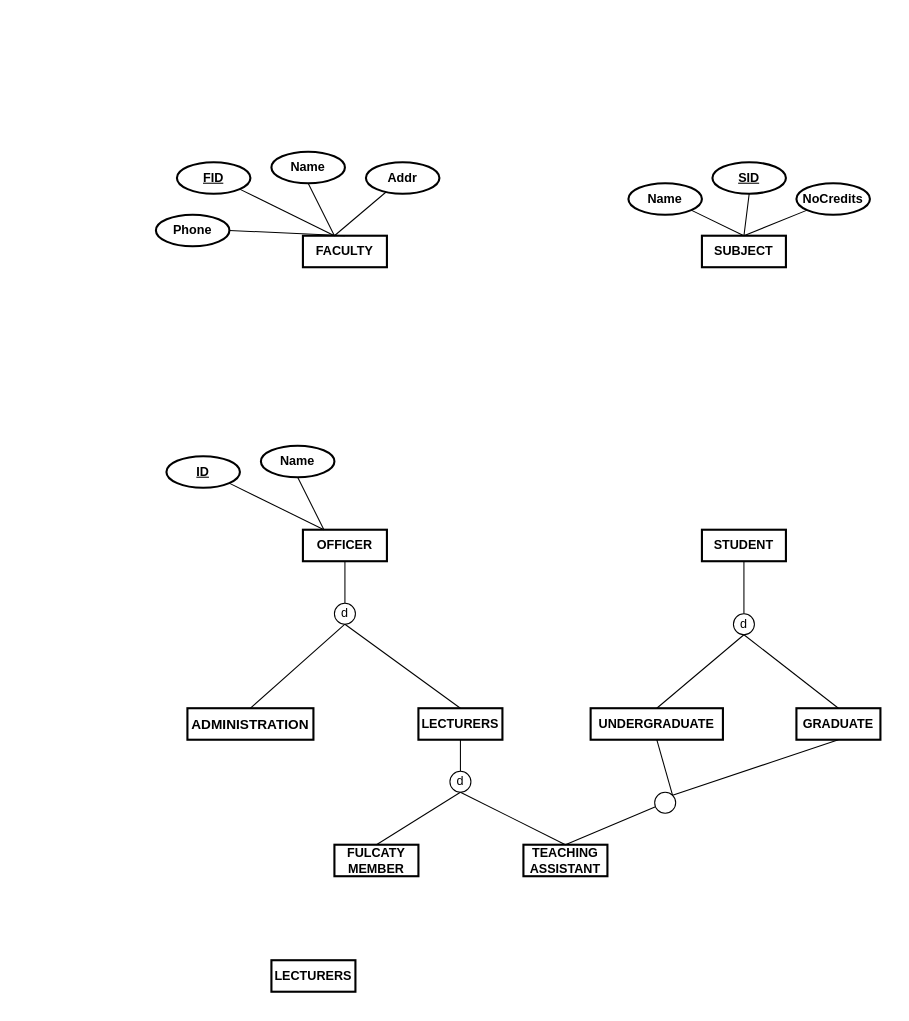
Earlier version of the draw.io diagram daotao-W5.drawio (kieuvantuyen01/testGit). Source tidied: cells renumbered, new cells numbered last; positions are measured from the earlier drawing's top-left corner, leaving out a move shared by most shapes. Both pictures are drawn from the tidied source at 105%, with x=0, y=0 at pixel (155, 151).
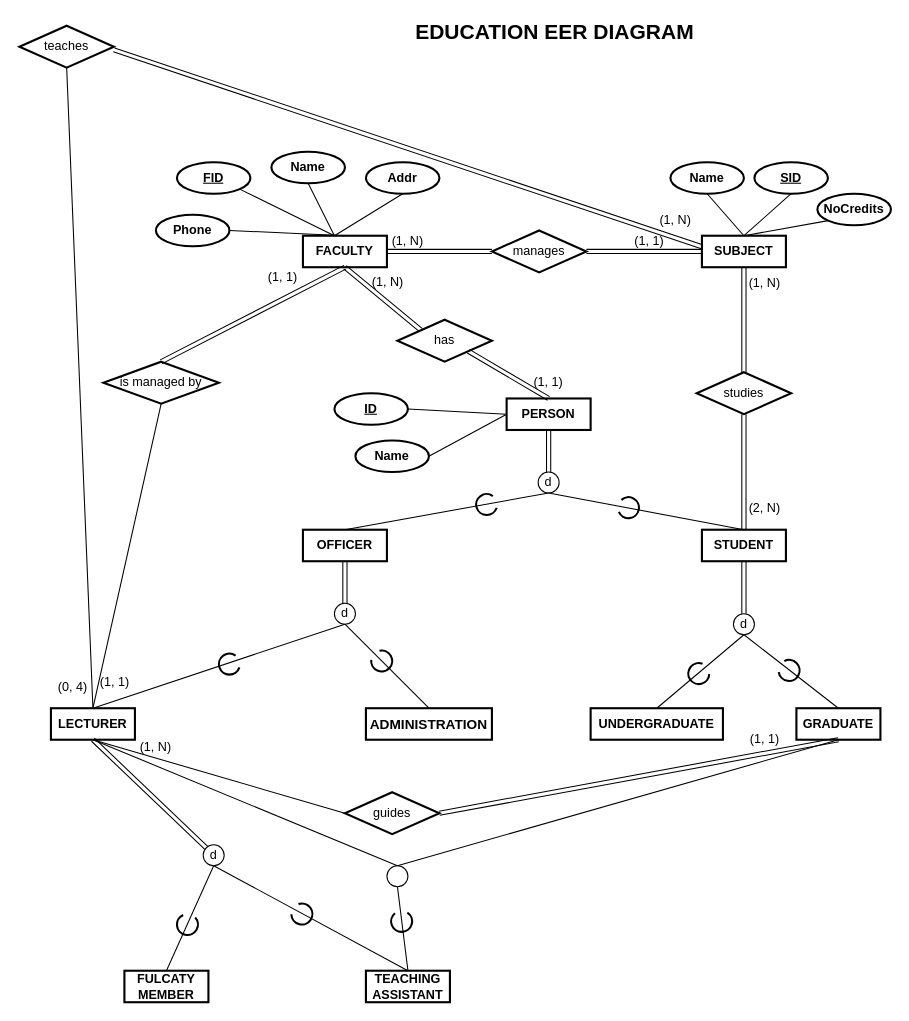
Above is the later version.

The change refers to these unchanged cells:
```xml
<mxCell id="2" value="&lt;b&gt;FACULTY&lt;/b&gt;" style="rounded=0;whiteSpace=wrap;html=1;strokeWidth=2;" parent="1" vertex="1">
  <mxGeometry x="140" y="80" width="80" height="30" as="geometry" />
</mxCell>
<mxCell id="5" value="&lt;b&gt;Addr&lt;/b&gt;" style="ellipse;whiteSpace=wrap;html=1;strokeWidth=2;" parent="1" vertex="1">
  <mxGeometry x="200" y="10" width="70" height="30" as="geometry" />
</mxCell>
<mxCell id="7" value="&lt;b&gt;SUBJECT&lt;/b&gt;" style="rounded=0;whiteSpace=wrap;html=1;strokeWidth=2;" parent="1" vertex="1">
  <mxGeometry x="520" y="80" width="80" height="30" as="geometry" />
</mxCell>
<mxCell id="11" value="&lt;b&gt;OFFICER&lt;/b&gt;" style="rounded=0;whiteSpace=wrap;html=1;strokeWidth=2;" parent="1" vertex="1">
  <mxGeometry x="140" y="360" width="80" height="30" as="geometry" />
</mxCell>
<mxCell id="17" value="&lt;b&gt;STUDENT&lt;/b&gt;" style="rounded=0;whiteSpace=wrap;html=1;strokeWidth=2;" parent="1" vertex="1">
  <mxGeometry x="520" y="360" width="80" height="30" as="geometry" />
</mxCell>
<mxCell id="18" value="&lt;b&gt;UNDERGRADUATE&lt;/b&gt;" style="rounded=0;whiteSpace=wrap;html=1;strokeWidth=2;" parent="1" vertex="1">
  <mxGeometry x="414" y="530" width="126" height="30" as="geometry" />
</mxCell>
<mxCell id="19" value="&lt;b&gt;GRADUATE&lt;/b&gt;" style="rounded=0;whiteSpace=wrap;html=1;strokeWidth=2;" parent="1" vertex="1">
  <mxGeometry x="610" y="530" width="80" height="30" as="geometry" />
</mxCell>
<mxCell id="21" value="d" style="ellipse;whiteSpace=wrap;html=1;" parent="1" vertex="1">
  <mxGeometry x="170" y="430" width="20" height="20" as="geometry" />
</mxCell>
<mxCell id="25" value="d" style="ellipse;whiteSpace=wrap;html=1;" parent="1" vertex="1">
  <mxGeometry x="550" y="440" width="20" height="20" as="geometry" />
</mxCell>
```

The edit, as a diff of the source:
```diff
@@
     <mxCell id="8" value="&lt;b&gt;Name&lt;/b&gt;" style="ellipse;whiteSpace=wrap;html=1;strokeWidth=2;" parent="1" vertex="1">
-      <mxGeometry x="450" y="30" width="70" height="30" as="geometry" />
+      <mxGeometry x="490" y="10" width="70" height="30" as="geometry" />
     </mxCell>
     <mxCell id="9" value="&lt;b&gt;&lt;u&gt;SID&lt;/u&gt;&lt;/b&gt;" style="ellipse;whiteSpace=wrap;html=1;strokeWidth=2;" parent="1" vertex="1">
-      <mxGeometry x="530" y="10" width="70" height="30" as="geometry" />
+      <mxGeometry x="570" y="10" width="70" height="30" as="geometry" />
     </mxCell>
     <mxCell id="10" value="&lt;b&gt;NoCredits&lt;/b&gt;" style="ellipse;whiteSpace=wrap;html=1;strokeWidth=2;" parent="1" vertex="1">
-      <mxGeometry x="610" y="30" width="70" height="30" as="geometry" />
+      <mxGeometry x="630" y="40" width="70" height="30" as="geometry" />
     </mxCell>
@@
     <mxCell id="12" value="&lt;div&gt;&lt;span style=&quot;font-size: 13px&quot;&gt;&lt;font&gt;&lt;b&gt;ADMINISTRATION&lt;/b&gt;&lt;/font&gt;&lt;/span&gt;&lt;/div&gt;" style="rounded=0;whiteSpace=wrap;html=1;strokeWidth=2;fontFamily=Helvetica;" parent="1" vertex="1">
-      <mxGeometry x="30" y="530" width="120" height="30" as="geometry" />
+      <mxGeometry x="200" y="530" width="120" height="30" as="geometry" />
     </mxCell>
-    <mxCell id="13" value="&lt;b&gt;LECTURERS&lt;/b&gt;" style="rounded=0;whiteSpace=wrap;html=1;strokeWidth=2;" parent="1" vertex="1">
-      <mxGeometry x="250" y="530" width="80" height="30" as="geometry" />
+    <mxCell id="13" value="&lt;b&gt;LECTURER&lt;/b&gt;" style="rounded=0;whiteSpace=wrap;html=1;strokeWidth=2;" parent="1" vertex="1">
+      <mxGeometry x="-100" y="530" width="80" height="30" as="geometry" />
     </mxCell>
     <mxCell id="14" value="&lt;b&gt;FULCATY MEMBER&lt;/b&gt;" style="rounded=0;whiteSpace=wrap;html=1;strokeWidth=2;" parent="1" vertex="1">
-      <mxGeometry x="170" y="660" width="80" height="30" as="geometry" />
+      <mxGeometry x="-30" y="780" width="80" height="30" as="geometry" />
     </mxCell>
     <mxCell id="15" value="&lt;b&gt;TEACHING ASSISTANT&lt;/b&gt;" style="rounded=0;whiteSpace=wrap;html=1;strokeWidth=2;" parent="1" vertex="1">
-      <mxGeometry x="350" y="660" width="80" height="30" as="geometry" />
+      <mxGeometry x="200" y="780" width="80" height="30" as="geometry" />
     </mxCell>
-    <mxCell id="16" value="&lt;b&gt;LECTURERS&lt;/b&gt;" style="rounded=0;whiteSpace=wrap;html=1;strokeWidth=2;" parent="1" vertex="1">
-      <mxGeometry x="110" y="770" width="80" height="30" as="geometry" />
-    </mxCell>
@@
-    <mxCell id="20" style="endArrow=none;html=1;rounded=0;exitX=0.5;exitY=1;exitDx=0;exitDy=0;" parent="1" edge="1" source="11" target="21">
-      <mxGeometry relative="1" as="geometry" />
-    </mxCell>
@@
-    <mxCell id="24" style="endArrow=none;html=1;rounded=0;exitX=0.5;exitY=1;exitDx=0;exitDy=0;" parent="1" edge="1" source="17" target="25">
-      <mxGeometry relative="1" as="geometry" />
-    </mxCell>
@@
-    <mxCell id="28" style="endArrow=none;html=1;rounded=0;exitX=0.5;exitY=1;exitDx=0;exitDy=0;" parent="1" edge="1" source="13" target="29">
-      <mxGeometry relative="1" as="geometry" />
-    </mxCell>
     <mxCell id="29" value="d" style="ellipse;whiteSpace=wrap;html=1;" parent="1" vertex="1">
-      <mxGeometry x="280" y="590" width="20" height="20" as="geometry" />
+      <mxGeometry x="45" y="660" width="20" height="20" as="geometry" />
     </mxCell>
@@
-    <mxCell id="35" style="endArrow=none;html=1;rounded=0;" parent="1" edge="1" source="5">
-      <mxGeometry relative="1" as="geometry">
-        <mxPoint x="170" y="80" as="targetPoint" />
-      </mxGeometry>
-    </mxCell>
-    <mxCell id="36" style="endArrow=none;html=1;rounded=0;exitX=0.5;exitY=0;exitDx=0;exitDy=0;entryX=1;entryY=1;entryDx=0;entryDy=0;" parent="1" edge="1" source="7" target="8">
+    <mxCell id="36" style="endArrow=none;html=1;rounded=0;exitX=0.5;exitY=0;exitDx=0;exitDy=0;entryX=0.5;entryY=1;entryDx=0;entryDy=0;" parent="1" edge="1" source="7" target="8">
       <mxGeometry relative="1" as="geometry" />
     </mxCell>
@@
     <mxCell id="39" value="&lt;span&gt;ID&lt;/span&gt;" style="ellipse;whiteSpace=wrap;html=1;strokeWidth=2;fontStyle=5;" parent="1" vertex="1">
-      <mxGeometry x="10" y="290" width="70" height="30" as="geometry" />
+      <mxGeometry x="170" y="230" width="70" height="30" as="geometry" />
     </mxCell>
     <mxCell id="40" value="&lt;b&gt;Name&lt;/b&gt;" style="ellipse;whiteSpace=wrap;html=1;strokeWidth=2;" parent="1" vertex="1">
-      <mxGeometry x="100" y="280" width="70" height="30" as="geometry" />
+      <mxGeometry x="190" y="275" width="70" height="30" as="geometry" />
     </mxCell>
-    <mxCell id="41" style="endArrow=none;html=1;rounded=0;exitX=1;exitY=1;exitDx=0;exitDy=0;" parent="1" edge="1" source="39">
-      <mxGeometry relative="1" as="geometry">
-        <mxPoint x="160" y="360" as="targetPoint" />
-      </mxGeometry>
+    <mxCell id="41" style="endArrow=none;html=1;rounded=0;exitX=1;exitY=0.5;exitDx=0;exitDy=0;entryX=0;entryY=0.5;entryDx=0;entryDy=0;" parent="1" edge="1" source="39" target="54">
+      <mxGeometry relative="1" as="geometry" />
     </mxCell>
-    <mxCell id="42" style="endArrow=none;html=1;rounded=0;exitX=0.5;exitY=1;exitDx=0;exitDy=0;entryX=0.25;entryY=0;entryDx=0;entryDy=0;" parent="1" edge="1" source="40" target="11">
+    <mxCell id="42" style="endArrow=none;html=1;rounded=0;exitX=1;exitY=0.5;exitDx=0;exitDy=0;entryX=0;entryY=0.5;entryDx=0;entryDy=0;" parent="1" edge="1" source="40" target="54">
       <mxGeometry relative="1" as="geometry" />
     </mxCell>
-    <mxCell id="43" style="endArrow=none;html=1;rounded=0;exitX=0.5;exitY=0;exitDx=0;exitDy=0;" parent="1" edge="1" source="15" target="44">
+    <mxCell id="43" style="endArrow=none;html=1;rounded=0;exitX=0.5;exitY=0;exitDx=0;exitDy=0;entryX=0.5;entryY=1;entryDx=0;entryDy=0;" parent="1" edge="1" source="15" target="44">
       <mxGeometry relative="1" as="geometry" />
     </mxCell>
     <mxCell id="44" style="ellipse;whiteSpace=wrap;html=1;" parent="1" vertex="1">
-      <mxGeometry x="475" y="610" width="20" height="20" as="geometry" />
+      <mxGeometry x="220" y="680" width="20" height="20" as="geometry" />
     </mxCell>
-    <mxCell id="45" style="endArrow=none;html=1;rounded=0;exitX=1;exitY=0;exitDx=0;exitDy=0;entryX=0.5;entryY=1;entryDx=0;entryDy=0;" parent="1" edge="1" source="44" target="18">
+    <mxCell id="45" style="endArrow=none;html=1;rounded=0;exitX=0.5;exitY=0;exitDx=0;exitDy=0;entryX=0.5;entryY=1;entryDx=0;entryDy=0;" parent="1" edge="1" source="44" target="13">
       <mxGeometry relative="1" as="geometry" />
     </mxCell>
-    <mxCell id="46" style="endArrow=none;html=1;rounded=0;exitX=0.5;exitY=1;exitDx=0;exitDy=0;entryX=1;entryY=0;entryDx=0;entryDy=0;" parent="1" edge="1" source="19" target="44">
+    <mxCell id="46" style="endArrow=none;html=1;rounded=0;exitX=0.5;exitY=1;exitDx=0;exitDy=0;entryX=0.5;entryY=0;entryDx=0;entryDy=0;" parent="1" edge="1" source="19" target="44">
       <mxGeometry relative="1" as="geometry" />
     </mxCell>
+    <mxCell id="47" value="manages" style="shape=rhombus;perimeter=rhombusPerimeter;whiteSpace=wrap;html=1;align=center;strokeWidth=2;" parent="1" vertex="1">
+      <mxGeometry x="320" y="75" width="90" height="40" as="geometry" />
+    </mxCell>
+    <mxCell id="48" value="has" style="shape=rhombus;perimeter=rhombusPerimeter;whiteSpace=wrap;html=1;align=center;strokeWidth=2;" parent="1" vertex="1">
+      <mxGeometry x="230" y="160" width="90" height="40" as="geometry" />
+    </mxCell>
+    <mxCell id="49" value="is managed by" style="shape=rhombus;perimeter=rhombusPerimeter;whiteSpace=wrap;html=1;align=center;strokeWidth=2;" parent="1" vertex="1">
+      <mxGeometry x="-50" y="200" width="110" height="40" as="geometry" />
+    </mxCell>
+    <mxCell id="50" style="endArrow=none;html=1;rounded=0;exitX=0.5;exitY=0;exitDx=0;exitDy=0;entryX=0.5;entryY=1;entryDx=0;entryDy=0;" parent="1" edge="1" source="13" target="49">
+      <mxGeometry relative="1" as="geometry" />
+    </mxCell>
+    <mxCell id="51" value="teaches" style="shape=rhombus;perimeter=rhombusPerimeter;whiteSpace=wrap;html=1;align=center;strokeWidth=2;" parent="1" vertex="1">
+      <mxGeometry x="-130" y="-120" width="90" height="40" as="geometry" />
+    </mxCell>
+    <mxCell id="52" style="endArrow=none;html=1;rounded=0;exitX=0.5;exitY=0;exitDx=0;exitDy=0;entryX=0.5;entryY=1;entryDx=0;entryDy=0;" parent="1" edge="1" source="13" target="51">
+      <mxGeometry relative="1" as="geometry" />
+    </mxCell>
+    <mxCell id="53" value="studies" style="shape=rhombus;perimeter=rhombusPerimeter;whiteSpace=wrap;html=1;align=center;strokeWidth=2;" parent="1" vertex="1">
+      <mxGeometry x="515" y="210" width="90" height="40" as="geometry" />
+    </mxCell>
+    <mxCell id="54" value="&lt;b&gt;PERSON&lt;/b&gt;" style="rounded=0;whiteSpace=wrap;html=1;strokeWidth=2;" parent="1" vertex="1">
+      <mxGeometry x="334" y="235" width="80" height="30" as="geometry" />
+    </mxCell>
+    <mxCell id="55" value="d" style="ellipse;whiteSpace=wrap;html=1;" parent="1" vertex="1">
+      <mxGeometry x="364" y="305" width="20" height="20" as="geometry" />
+    </mxCell>
+    <mxCell id="56" style="endArrow=none;html=1;rounded=0;exitX=0.5;exitY=1;exitDx=0;exitDy=0;entryX=0.5;entryY=0;entryDx=0;entryDy=0;" parent="1" edge="1" source="55" target="17">
+      <mxGeometry relative="1" as="geometry" />
+    </mxCell>
+    <mxCell id="57" style="endArrow=none;html=1;rounded=0;exitX=0.5;exitY=1;exitDx=0;exitDy=0;entryX=0.5;entryY=0;entryDx=0;entryDy=0;" parent="1" edge="1" source="55" target="11">
+      <mxGeometry relative="1" as="geometry" />
+    </mxCell>
+    <mxCell id="58" value="guides" style="shape=rhombus;perimeter=rhombusPerimeter;whiteSpace=wrap;html=1;align=center;strokeWidth=2;" parent="1" vertex="1">
+      <mxGeometry x="180" y="610" width="90" height="40" as="geometry" />
+    </mxCell>
+    <mxCell id="59" style="endArrow=none;html=1;rounded=0;exitX=0;exitY=0.5;exitDx=0;exitDy=0;entryX=0.5;entryY=1;entryDx=0;entryDy=0;" parent="1" edge="1" source="58" target="13">
+      <mxGeometry relative="1" as="geometry" />
+    </mxCell>
+    <mxCell id="60" style="endArrow=none;html=1;rounded=0;exitX=0.5;exitY=1;exitDx=0;exitDy=0;" parent="1" edge="1" source="5">
+      <mxGeometry relative="1" as="geometry">
+        <mxPoint x="170" y="80" as="targetPoint" />
+      </mxGeometry>
+    </mxCell>
+    <mxCell id="61" style="shape=link;html=1;rounded=0;exitX=1;exitY=0.5;exitDx=0;exitDy=0;entryX=0;entryY=0.5;entryDx=0;entryDy=0;" parent="1" edge="1" source="2" target="47">
+      <mxGeometry relative="1" as="geometry" />
+    </mxCell>
+    <mxCell id="62" value="(1, N)" style="text;html=1;strokeColor=none;fillColor=none;align=center;verticalAlign=middle;whiteSpace=wrap;rounded=0;" parent="1" vertex="1">
+      <mxGeometry x="220" y="75" width="40" height="20" as="geometry" />
+    </mxCell>
+    <mxCell id="63" style="shape=link;html=1;rounded=0;exitX=1;exitY=0.5;exitDx=0;exitDy=0;" parent="1" edge="1" source="47">
+      <mxGeometry relative="1" as="geometry">
+        <mxPoint x="520" y="95" as="targetPoint" />
+      </mxGeometry>
+    </mxCell>
+    <mxCell id="64" value="(1, 1)" style="text;html=1;strokeColor=none;fillColor=none;align=center;verticalAlign=middle;whiteSpace=wrap;rounded=0;" parent="1" vertex="1">
+      <mxGeometry x="450" y="75" width="40" height="20" as="geometry" />
+    </mxCell>
+    <mxCell id="65" style="shape=link;html=1;rounded=0;exitX=0.5;exitY=1;exitDx=0;exitDy=0;entryX=0;entryY=0;entryDx=0;entryDy=0;" parent="1" edge="1" source="2" target="48">
+      <mxGeometry relative="1" as="geometry" />
+    </mxCell>
+    <mxCell id="66" value="(1, N)" style="text;html=1;strokeColor=none;fillColor=none;align=center;verticalAlign=middle;whiteSpace=wrap;rounded=0;" parent="1" vertex="1">
+      <mxGeometry x="201" y="114" width="40" height="20" as="geometry" />
+    </mxCell>
+    <mxCell id="67" style="shape=link;html=1;rounded=0;exitX=1;exitY=1;exitDx=0;exitDy=0;entryX=0.5;entryY=0;entryDx=0;entryDy=0;" parent="1" edge="1" source="48" target="54">
+      <mxGeometry relative="1" as="geometry" />
+    </mxCell>
+    <mxCell id="68" value="(1, 1)" style="text;html=1;strokeColor=none;fillColor=none;align=center;verticalAlign=middle;whiteSpace=wrap;rounded=0;" parent="1" vertex="1">
+      <mxGeometry x="354" y="210" width="40" height="20" as="geometry" />
+    </mxCell>
+    <mxCell id="69" style="shape=link;html=1;rounded=0;entryX=0.5;entryY=0;entryDx=0;entryDy=0;" parent="1" edge="1" target="49">
+      <mxGeometry relative="1" as="geometry">
+        <mxPoint x="180" y="110" as="sourcePoint" />
+      </mxGeometry>
+    </mxCell>
+    <mxCell id="70" value="(1, 1)" style="text;html=1;strokeColor=none;fillColor=none;align=center;verticalAlign=middle;whiteSpace=wrap;rounded=0;" parent="1" vertex="1">
+      <mxGeometry x="101" y="110" width="40" height="20" as="geometry" />
+    </mxCell>
+    <mxCell id="71" value="(1, 1)" style="text;html=1;strokeColor=none;fillColor=none;align=center;verticalAlign=middle;whiteSpace=wrap;rounded=0;" parent="1" vertex="1">
+      <mxGeometry x="-59" y="495" width="40" height="20" as="geometry" />
+    </mxCell>
+    <mxCell id="72" style="shape=link;html=1;rounded=0;entryX=1;entryY=0.5;entryDx=0;entryDy=0;exitX=0;exitY=0.25;exitDx=0;exitDy=0;" parent="1" edge="1">
+      <mxGeometry relative="1" as="geometry">
+        <mxPoint x="520" y="90.5" as="sourcePoint" />
+        <mxPoint x="-40" y="-97" as="targetPoint" />
+      </mxGeometry>
+    </mxCell>
+    <mxCell id="73" value="(0, 4)" style="text;html=1;strokeColor=none;fillColor=none;align=center;verticalAlign=middle;whiteSpace=wrap;rounded=0;" parent="1" vertex="1">
+      <mxGeometry x="-99" y="500" width="40" height="20" as="geometry" />
+    </mxCell>
+    <mxCell id="74" value="(1, N)" style="text;html=1;strokeColor=none;fillColor=none;align=center;verticalAlign=middle;whiteSpace=wrap;rounded=0;" parent="1" vertex="1">
+      <mxGeometry x="475" y="55" width="40" height="20" as="geometry" />
+    </mxCell>
+    <mxCell id="75" style="shape=link;html=1;rounded=0;exitX=0.5;exitY=0;exitDx=0;exitDy=0;entryX=0.5;entryY=1;entryDx=0;entryDy=0;" parent="1" edge="1" source="17" target="53">
+      <mxGeometry relative="1" as="geometry" />
+    </mxCell>
+    <mxCell id="76" style="shape=link;html=1;rounded=0;entryX=0.5;entryY=1;entryDx=0;entryDy=0;exitX=0.5;exitY=0;exitDx=0;exitDy=0;" parent="1" edge="1" source="53" target="7">
+      <mxGeometry relative="1" as="geometry" />
+    </mxCell>
+    <mxCell id="77" value="(2, N)" style="text;html=1;strokeColor=none;fillColor=none;align=center;verticalAlign=middle;whiteSpace=wrap;rounded=0;" parent="1" vertex="1">
+      <mxGeometry x="560" y="330" width="40" height="20" as="geometry" />
+    </mxCell>
+    <mxCell id="78" value="(1, N)" style="text;html=1;strokeColor=none;fillColor=none;align=center;verticalAlign=middle;whiteSpace=wrap;rounded=0;" parent="1" vertex="1">
+      <mxGeometry x="560" y="115" width="40" height="20" as="geometry" />
+    </mxCell>
+    <mxCell id="79" style="shape=link;html=1;rounded=0;exitX=1;exitY=0.5;exitDx=0;exitDy=0;entryX=0.5;entryY=1;entryDx=0;entryDy=0;" parent="1" edge="1" source="58" target="19">
+      <mxGeometry relative="1" as="geometry" />
+    </mxCell>
+    <mxCell id="80" value="(1, 1)" style="text;html=1;strokeColor=none;fillColor=none;align=center;verticalAlign=middle;whiteSpace=wrap;rounded=0;" parent="1" vertex="1">
+      <mxGeometry x="560" y="550" width="40" height="20" as="geometry" />
+    </mxCell>
+    <mxCell id="81" value="(1, N)" style="text;html=1;strokeColor=none;fillColor=none;align=center;verticalAlign=middle;whiteSpace=wrap;rounded=0;" parent="1" vertex="1">
+      <mxGeometry x="-20" y="557" width="40" height="20" as="geometry" />
+    </mxCell>
+    <mxCell id="82" style="shape=link;html=1;rounded=0;exitX=0.5;exitY=0;exitDx=0;exitDy=0;entryX=0.5;entryY=1;entryDx=0;entryDy=0;" parent="1" edge="1" source="55" target="54">
+      <mxGeometry relative="1" as="geometry" />
+    </mxCell>
+    <mxCell id="83" style="shape=link;html=1;rounded=0;exitX=0.5;exitY=0;exitDx=0;exitDy=0;entryX=0.5;entryY=1;entryDx=0;entryDy=0;" parent="1" edge="1" source="21" target="11">
+      <mxGeometry relative="1" as="geometry" />
+    </mxCell>
+    <mxCell id="84" style="shape=link;html=1;rounded=0;exitX=0.5;exitY=0;exitDx=0;exitDy=0;entryX=0.5;entryY=1;entryDx=0;entryDy=0;" parent="1" edge="1" source="25" target="17">
+      <mxGeometry relative="1" as="geometry" />
+    </mxCell>
+    <mxCell id="85" style="shape=link;html=1;rounded=0;exitX=0;exitY=0;exitDx=0;exitDy=0;" parent="1" edge="1" source="29">
+      <mxGeometry relative="1" as="geometry">
+        <mxPoint x="-60" y="560" as="targetPoint" />
+      </mxGeometry>
+    </mxCell>
+    <mxCell id="86" style="verticalLabelPosition=bottom;verticalAlign=top;html=1;shape=mxgraph.basic.arc;startAngle=0.3;endAngle=0.1;strokeWidth=2;" parent="1" vertex="1">
+      <mxGeometry x="305" y="326" width="20" height="20" as="geometry" />
+    </mxCell>
+    <mxCell id="87" style="verticalLabelPosition=bottom;verticalAlign=top;html=1;shape=mxgraph.basic.arc;startAngle=0.3;endAngle=0.1;strokeWidth=2;rotation=-150;" parent="1" vertex="1">
+      <mxGeometry x="440" y="329" width="20" height="20" as="geometry" />
+    </mxCell>
+    <mxCell id="88" style="verticalLabelPosition=bottom;verticalAlign=top;html=1;shape=mxgraph.basic.arc;startAngle=0.3;endAngle=0.1;strokeWidth=2;rotation=-15;" parent="1" vertex="1">
+      <mxGeometry x="507" y="487" width="20" height="20" as="geometry" />
+    </mxCell>
+    <mxCell id="89" style="verticalLabelPosition=bottom;verticalAlign=top;html=1;shape=mxgraph.basic.arc;startAngle=0.3;endAngle=0.1;strokeWidth=2;rotation=-135;" parent="1" vertex="1">
+      <mxGeometry x="593" y="484" width="20" height="20" as="geometry" />
+    </mxCell>
+    <mxCell id="90" style="verticalLabelPosition=bottom;verticalAlign=top;html=1;shape=mxgraph.basic.arc;startAngle=0.3;endAngle=0.1;strokeWidth=2;" parent="1" vertex="1">
+      <mxGeometry x="60" y="478" width="20" height="20" as="geometry" />
+    </mxCell>
+    <mxCell id="91" style="verticalLabelPosition=bottom;verticalAlign=top;html=1;shape=mxgraph.basic.arc;startAngle=0.3;endAngle=0.1;strokeWidth=2;rotation=-120;" parent="1" vertex="1">
+      <mxGeometry x="205" y="475" width="20" height="20" as="geometry" />
+    </mxCell>
+    <mxCell id="92" style="verticalLabelPosition=bottom;verticalAlign=top;html=1;shape=mxgraph.basic.arc;startAngle=0.3;endAngle=0.1;strokeWidth=2;rotation=-75;" parent="1" vertex="1">
+      <mxGeometry x="224" y="723" width="20" height="20" as="geometry" />
+    </mxCell>
+    <mxCell id="93" style="verticalLabelPosition=bottom;verticalAlign=top;html=1;shape=mxgraph.basic.arc;startAngle=0.3;endAngle=0.1;strokeWidth=2;rotation=-60;" parent="1" vertex="1">
+      <mxGeometry x="20" y="726" width="20" height="20" as="geometry" />
+    </mxCell>
+    <mxCell id="94" style="verticalLabelPosition=bottom;verticalAlign=top;html=1;shape=mxgraph.basic.arc;startAngle=0.3;endAngle=0.1;strokeWidth=2;rotation=-127;" parent="1" vertex="1">
+      <mxGeometry x="129" y="716" width="20" height="20" as="geometry" />
+    </mxCell>
+    <mxCell id="95" value="EDUCATION EER DIAGRAM" style="text;html=1;strokeColor=none;fillColor=none;align=center;verticalAlign=middle;whiteSpace=wrap;rounded=0;fontSize=20;fontStyle=1;" parent="1" vertex="1">
+      <mxGeometry x="200" y="-125" width="360" height="20" as="geometry" />
+    </mxCell>
```
